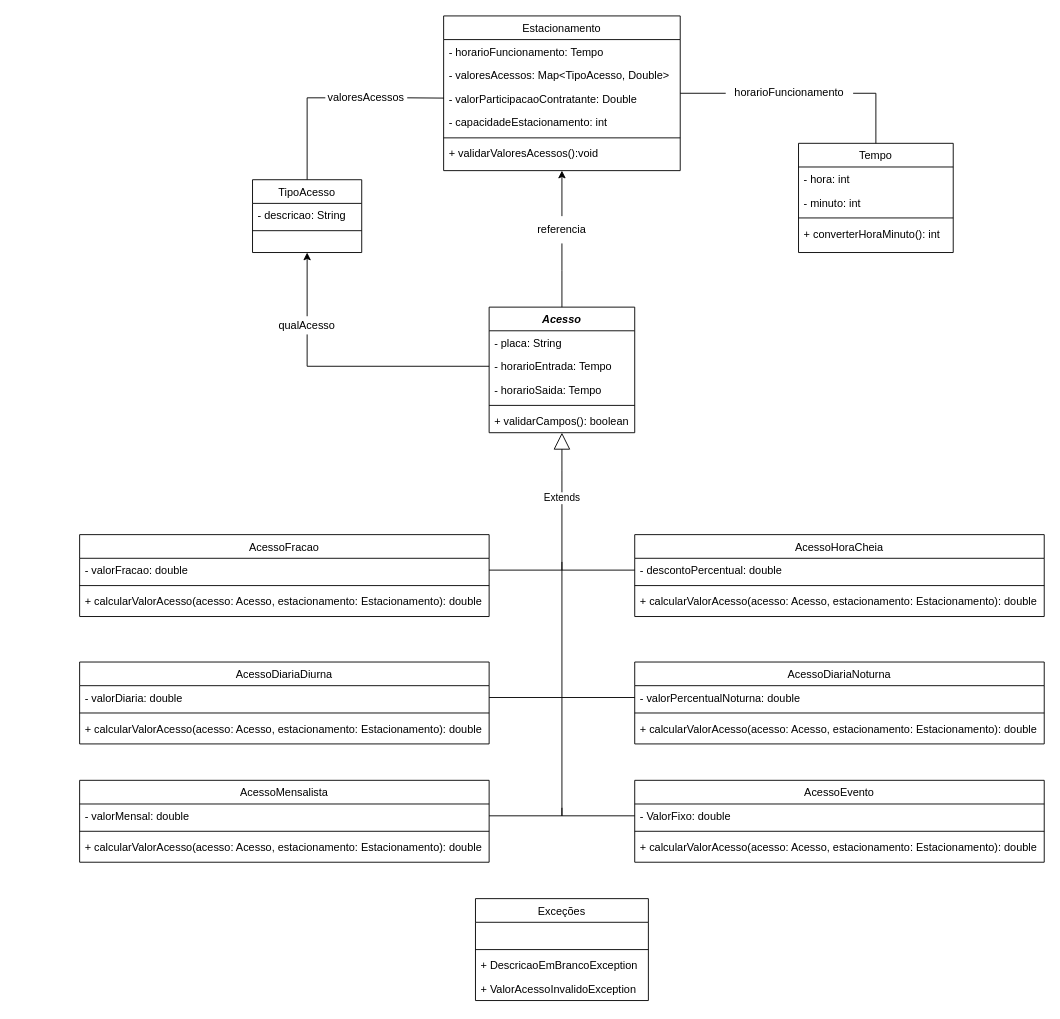
Before: diagramas/diagrama-classes.drawio in rodwendrel/orientacao-objetos, a draw.io diagram. Source tidied: cells renumbered, new cells numbered last; positions are measured from the earlier drawing's top-left corner, leaving out a move shared by most shapes. Both pictures are drawn from the tidied source at 91%, with x=0, y=0 at pixel (79, 15).
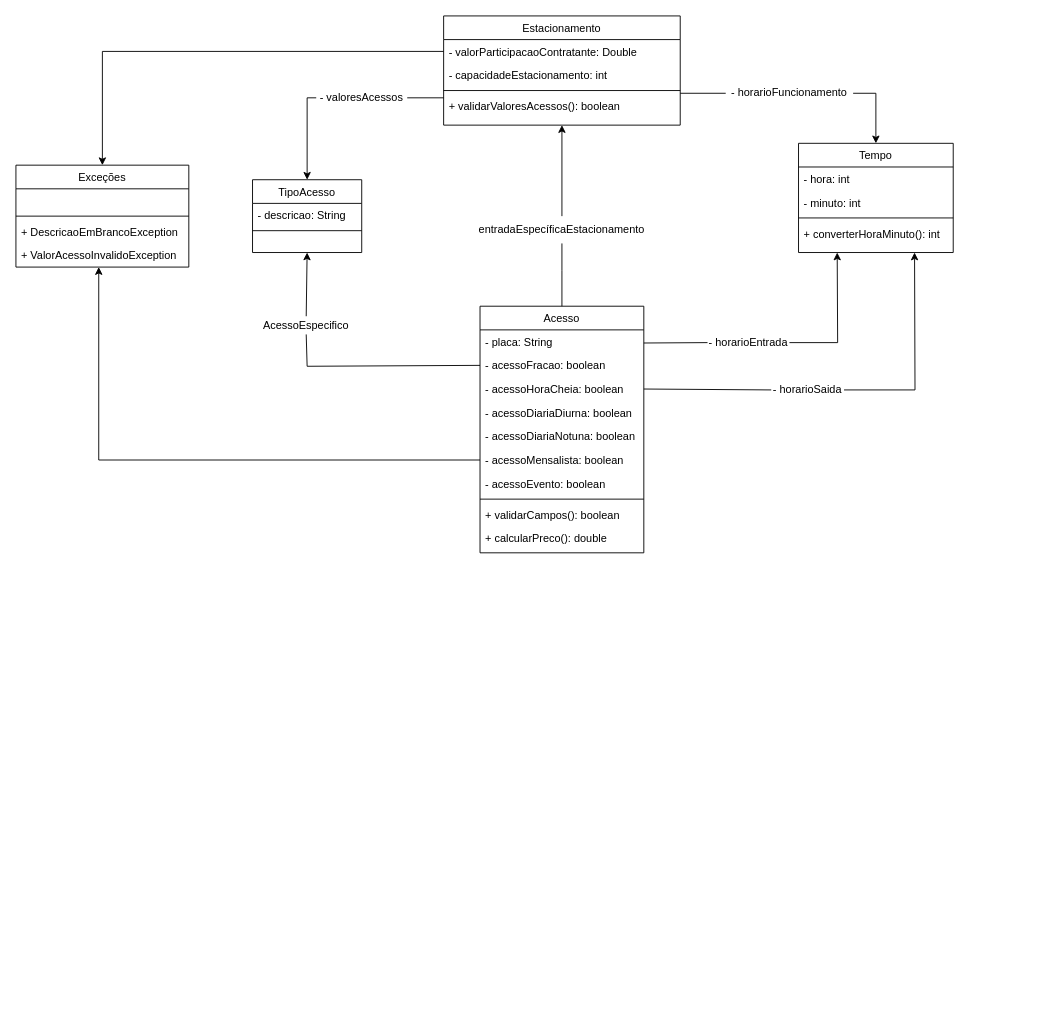
After the change.

The change refers to these unchanged cells:
```xml
<mxCell id="19" value="+ ValorAcessoInvalidoException" style="text;align=left;verticalAlign=top;spacingLeft=4;spacingRight=4;overflow=hidden;points=[[0,0.5],[1,0.5]];portConstraint=eastwest;" parent="15" vertex="1">
  <mxGeometry y="86" width="190" height="26" as="geometry" />
</mxCell>
<mxCell id="44" value="Tempo" style="swimlane;fontStyle=0;align=center;verticalAlign=top;horizontal=1;startSize=26;rounded=0;shadow=0;strokeWidth=1;" parent="1" vertex="1">
  <mxGeometry x="790" y="140" width="170" height="120" as="geometry" />
</mxCell>
<mxCell id="68" value="TipoAcesso" style="swimlane;fontStyle=0;align=center;verticalAlign=top;horizontal=1;startSize=26;rounded=0;shadow=0;strokeWidth=1;" parent="1" vertex="1">
  <mxGeometry x="190" y="180" width="120" height="80" as="geometry" />
</mxCell>
```

What changed in the source:
```diff
@@
     <mxCell id="2" value="Estacionamento" style="swimlane;fontStyle=0;align=center;verticalAlign=top;horizontal=1;startSize=26;rounded=0;shadow=0;strokeWidth=1;" parent="1" vertex="1">
-      <mxGeometry x="400" width="260" height="170" as="geometry" />
+      <mxGeometry x="400" width="260" height="120" as="geometry" />
     </mxCell>
-    <mxCell id="3" value="- horarioFuncionamento: Tempo" style="text;align=left;verticalAlign=top;spacingLeft=4;spacingRight=4;overflow=hidden;" parent="2" vertex="1">
-      <mxGeometry y="26" width="260" height="26" as="geometry" />
-    </mxCell>
-    <mxCell id="4" value="- valoresAcessos: Map&lt;TipoAcesso, Double&gt;" style="text;align=left;verticalAlign=top;spacingLeft=4;spacingRight=4;overflow=hidden;rounded=0;shadow=0;html=0;" parent="2" vertex="1">
-      <mxGeometry y="52" width="260" height="26" as="geometry" />
-    </mxCell>
     <mxCell id="5" value="- valorParticipacaoContratante: Double" style="text;align=left;verticalAlign=top;spacingLeft=4;spacingRight=4;overflow=hidden;points=[[0,0.5],[1,0.5]];portConstraint=eastwest;rounded=0;shadow=0;html=0;" parent="2" vertex="1">
-      <mxGeometry y="78" width="260" height="26" as="geometry" />
+      <mxGeometry y="26" width="260" height="26" as="geometry" />
     </mxCell>
     <mxCell id="6" value="- capacidadeEstacionamento: int" style="text;align=left;verticalAlign=top;spacingLeft=4;spacingRight=4;overflow=hidden;" parent="2" vertex="1">
-      <mxGeometry y="104" width="260" height="26" as="geometry" />
+      <mxGeometry y="52" width="260" height="26" as="geometry" />
     </mxCell>
     <mxCell id="7" style="line;html=1;strokeWidth=1;align=left;verticalAlign=middle;spacingTop=-1;spacingLeft=3;spacingRight=3;labelPosition=right;" parent="2" vertex="1">
-      <mxGeometry y="130" width="260" height="8" as="geometry" />
+      <mxGeometry y="78" width="260" height="8" as="geometry" />
     </mxCell>
-    <mxCell id="8" value="+ validarValoresAcessos():void" style="text;align=left;verticalAlign=top;spacingLeft=4;spacingRight=4;overflow=hidden;" parent="2" vertex="1">
-      <mxGeometry y="138" width="260" height="26" as="geometry" />
+    <mxCell id="8" value="+ validarValoresAcessos(): boolean" style="text;align=left;verticalAlign=top;spacingLeft=4;spacingRight=4;overflow=hidden;" parent="2" vertex="1">
+      <mxGeometry y="86" width="260" height="26" as="geometry" />
     </mxCell>
-    <mxCell id="9" value="Acesso" style="swimlane;fontStyle=3;align=center;verticalAlign=top;horizontal=1;startSize=26;rounded=0;shadow=0;strokeWidth=1;" parent="1" vertex="1">
-      <mxGeometry x="450" y="320" width="160" height="138" as="geometry" />
+    <mxCell id="9" value="Acesso" style="swimlane;fontStyle=0;align=center;verticalAlign=top;horizontal=1;startSize=26;rounded=0;shadow=0;strokeWidth=1;" parent="1" vertex="1">
+      <mxGeometry x="440" y="319" width="180" height="271" as="geometry" />
     </mxCell>
     <mxCell id="10" value="- placa: String" style="text;align=left;verticalAlign=top;spacingLeft=4;spacingRight=4;overflow=hidden;points=[[0,0.5],[1,0.5]];portConstraint=eastwest;" parent="9" vertex="1">
-      <mxGeometry y="26" width="160" height="26" as="geometry" />
+      <mxGeometry y="26" width="180" height="26" as="geometry" />
     </mxCell>
-    <mxCell id="11" value="- horarioEntrada: Tempo" style="text;align=left;verticalAlign=top;spacingLeft=4;spacingRight=4;overflow=hidden;points=[[0,0.5],[1,0.5]];portConstraint=eastwest;" parent="9" vertex="1">
-      <mxGeometry y="52" width="160" height="26" as="geometry" />
-    </mxCell>
-    <mxCell id="12" value="- horarioSaida: Tempo" style="text;align=left;verticalAlign=top;spacingLeft=4;spacingRight=4;overflow=hidden;" parent="9" vertex="1">
-      <mxGeometry y="78" width="160" height="26" as="geometry" />
-    </mxCell>
+    <mxCell id="72" value="- acessoFracao: boolean" style="text;align=left;verticalAlign=top;spacingLeft=4;spacingRight=4;overflow=hidden;" parent="9" vertex="1">
+      <mxGeometry y="52" width="180" height="26" as="geometry" />
+    </mxCell>
+    <mxCell id="73" value="- acessoHoraCheia: boolean" style="text;align=left;verticalAlign=top;spacingLeft=4;spacingRight=4;overflow=hidden;" parent="9" vertex="1">
+      <mxGeometry y="78" width="180" height="26" as="geometry" />
+    </mxCell>
+    <mxCell id="74" value="- acessoDiariaDiurna: boolean" style="text;align=left;verticalAlign=top;spacingLeft=4;spacingRight=4;overflow=hidden;" parent="9" vertex="1">
+      <mxGeometry y="104" width="180" height="26" as="geometry" />
+    </mxCell>
+    <mxCell id="75" value="- acessoDiariaNotuna: boolean" style="text;align=left;verticalAlign=top;spacingLeft=4;spacingRight=4;overflow=hidden;" parent="9" vertex="1">
+      <mxGeometry y="130" width="180" height="26" as="geometry" />
+    </mxCell>
+    <mxCell id="76" value="- acessoMensalista: boolean" style="text;align=left;verticalAlign=top;spacingLeft=4;spacingRight=4;overflow=hidden;points=[[0,0.5],[1,0.5]];portConstraint=eastwest;" parent="9" vertex="1">
+      <mxGeometry y="156" width="180" height="26" as="geometry" />
+    </mxCell>
+    <mxCell id="77" value="- acessoEvento: boolean" style="text;align=left;verticalAlign=top;spacingLeft=4;spacingRight=4;overflow=hidden;" parent="9" vertex="1">
+      <mxGeometry y="182" width="180" height="26" as="geometry" />
+    </mxCell>
     <mxCell id="13" style="line;html=1;strokeWidth=1;align=left;verticalAlign=middle;spacingTop=-1;spacingLeft=3;spacingRight=3;labelPosition=right;" parent="9" vertex="1">
-      <mxGeometry y="104" width="160" height="8" as="geometry" />
+      <mxGeometry y="208" width="180" height="8" as="geometry" />
     </mxCell>
     <mxCell id="14" value="+ validarCampos(): boolean" style="text;align=left;verticalAlign=top;spacingLeft=4;spacingRight=4;overflow=hidden;" parent="9" vertex="1">
-      <mxGeometry y="112" width="160" height="26" as="geometry" />
+      <mxGeometry y="216" width="180" height="26" as="geometry" />
     </mxCell>
+    <mxCell id="78" value="+ calcularPreco(): double" style="text;align=left;verticalAlign=top;spacingLeft=4;spacingRight=4;overflow=hidden;" parent="9" vertex="1">
+      <mxGeometry y="242" width="180" height="26" as="geometry" />
+    </mxCell>
     <mxCell id="15" value="Exceções" style="swimlane;fontStyle=0;align=center;verticalAlign=top;horizontal=1;startSize=26;rounded=0;shadow=0;strokeWidth=1;" parent="1" vertex="1">
-      <mxGeometry x="435" y="970" width="190" height="112" as="geometry" />
+      <mxGeometry x="-70" y="164" width="190" height="112" as="geometry" />
     </mxCell>
@@
-    <mxCell id="20" value="AcessoHoraCheia" style="swimlane;fontStyle=0;align=center;verticalAlign=top;horizontal=1;startSize=26;rounded=0;shadow=0;strokeWidth=1;" parent="1" vertex="1">
-      <mxGeometry x="610" y="570" width="450" height="90" as="geometry" />
-    </mxCell>
-    <mxCell id="21" value="- descontoPercentual: double" style="text;align=left;verticalAlign=top;spacingLeft=4;spacingRight=4;overflow=hidden;points=[[0,0.5],[1,0.5]];portConstraint=eastwest;" parent="20" vertex="1">
-      <mxGeometry y="26" width="450" height="26" as="geometry" />
-    </mxCell>
-    <mxCell id="22" style="line;html=1;strokeWidth=1;align=left;verticalAlign=middle;spacingTop=-1;spacingLeft=3;spacingRight=3;labelPosition=right;" parent="20" vertex="1">
-      <mxGeometry y="52" width="450" height="8" as="geometry" />
-    </mxCell>
-    <mxCell id="23" value="+ calcularValorAcesso(acesso: Acesso, estacionamento: Estacionamento): double" style="text;align=left;verticalAlign=top;spacingLeft=4;spacingRight=4;overflow=hidden;" parent="20" vertex="1">
-      <mxGeometry y="60" width="450" height="26" as="geometry" />
-    </mxCell>
-    <mxCell id="24" value="AcessoFracao" style="swimlane;fontStyle=0;align=center;verticalAlign=top;horizontal=1;startSize=26;rounded=0;shadow=0;strokeWidth=1;" parent="1" vertex="1">
-      <mxGeometry y="570" width="450" height="90" as="geometry" />
-    </mxCell>
-    <mxCell id="25" value="- valorFracao: double" style="text;align=left;verticalAlign=top;spacingLeft=4;spacingRight=4;overflow=hidden;points=[[0,0.5],[1,0.5]];portConstraint=eastwest;" parent="24" vertex="1">
-      <mxGeometry y="26" width="450" height="26" as="geometry" />
-    </mxCell>
-    <mxCell id="26" style="line;html=1;strokeWidth=1;align=left;verticalAlign=middle;spacingTop=-1;spacingLeft=3;spacingRight=3;labelPosition=right;" parent="24" vertex="1">
-      <mxGeometry y="52" width="450" height="8" as="geometry" />
-    </mxCell>
-    <mxCell id="27" value="+ calcularValorAcesso(acesso: Acesso, estacionamento: Estacionamento): double" style="text;align=left;verticalAlign=top;spacingLeft=4;spacingRight=4;overflow=hidden;" parent="24" vertex="1">
-      <mxGeometry y="60" width="450" height="26" as="geometry" />
-    </mxCell>
-    <mxCell id="28" value="AcessoDiariaDiurna" style="swimlane;fontStyle=0;align=center;verticalAlign=top;horizontal=1;startSize=26;rounded=0;shadow=0;strokeWidth=1;" parent="1" vertex="1">
-      <mxGeometry y="710" width="450" height="90" as="geometry" />
-    </mxCell>
-    <mxCell id="29" value="- valorDiaria: double" style="text;align=left;verticalAlign=top;spacingLeft=4;spacingRight=4;overflow=hidden;points=[[0,0.5],[1,0.5]];portConstraint=eastwest;" parent="28" vertex="1">
-      <mxGeometry y="26" width="450" height="26" as="geometry" />
-    </mxCell>
-    <mxCell id="30" style="line;html=1;strokeWidth=1;align=left;verticalAlign=middle;spacingTop=-1;spacingLeft=3;spacingRight=3;labelPosition=right;" parent="28" vertex="1">
-      <mxGeometry y="52" width="450" height="8" as="geometry" />
-    </mxCell>
-    <mxCell id="31" value="+ calcularValorAcesso(acesso: Acesso, estacionamento: Estacionamento): double" style="text;align=left;verticalAlign=top;spacingLeft=4;spacingRight=4;overflow=hidden;" parent="28" vertex="1">
-      <mxGeometry y="60" width="450" height="26" as="geometry" />
-    </mxCell>
-    <mxCell id="32" value="AcessoDiariaNoturna" style="swimlane;fontStyle=0;align=center;verticalAlign=top;horizontal=1;startSize=26;rounded=0;shadow=0;strokeWidth=1;" parent="1" vertex="1">
-      <mxGeometry x="610" y="710" width="450" height="90" as="geometry" />
-    </mxCell>
-    <mxCell id="33" value="- valorPercentualNoturna: double" style="text;align=left;verticalAlign=top;spacingLeft=4;spacingRight=4;overflow=hidden;points=[[0,0.5],[1,0.5]];portConstraint=eastwest;" parent="32" vertex="1">
-      <mxGeometry y="26" width="450" height="26" as="geometry" />
-    </mxCell>
-    <mxCell id="34" style="line;html=1;strokeWidth=1;align=left;verticalAlign=middle;spacingTop=-1;spacingLeft=3;spacingRight=3;labelPosition=right;" parent="32" vertex="1">
-      <mxGeometry y="52" width="450" height="8" as="geometry" />
-    </mxCell>
-    <mxCell id="35" value="+ calcularValorAcesso(acesso: Acesso, estacionamento: Estacionamento): double" style="text;align=left;verticalAlign=top;spacingLeft=4;spacingRight=4;overflow=hidden;" parent="32" vertex="1">
-      <mxGeometry y="60" width="450" height="26" as="geometry" />
-    </mxCell>
-    <mxCell id="36" value="AcessoMensalista" style="swimlane;fontStyle=0;align=center;verticalAlign=top;horizontal=1;startSize=26;rounded=0;shadow=0;strokeWidth=1;" parent="1" vertex="1">
-      <mxGeometry y="840" width="450" height="90" as="geometry" />
-    </mxCell>
-    <mxCell id="37" value="- valorMensal: double" style="text;align=left;verticalAlign=top;spacingLeft=4;spacingRight=4;overflow=hidden;points=[[0,0.5],[1,0.5]];portConstraint=eastwest;" parent="36" vertex="1">
-      <mxGeometry y="26" width="450" height="26" as="geometry" />
-    </mxCell>
-    <mxCell id="38" style="line;html=1;strokeWidth=1;align=left;verticalAlign=middle;spacingTop=-1;spacingLeft=3;spacingRight=3;labelPosition=right;" parent="36" vertex="1">
-      <mxGeometry y="52" width="450" height="8" as="geometry" />
-    </mxCell>
-    <mxCell id="39" value="+ calcularValorAcesso(acesso: Acesso, estacionamento: Estacionamento): double" style="text;align=left;verticalAlign=top;spacingLeft=4;spacingRight=4;overflow=hidden;" parent="36" vertex="1">
-      <mxGeometry y="60" width="450" height="26" as="geometry" />
-    </mxCell>
-    <mxCell id="40" value="AcessoEvento" style="swimlane;fontStyle=0;align=center;verticalAlign=top;horizontal=1;startSize=26;rounded=0;shadow=0;strokeWidth=1;" parent="1" vertex="1">
-      <mxGeometry x="610" y="840" width="450" height="90" as="geometry" />
-    </mxCell>
-    <mxCell id="41" value="- ValorFixo: double" style="text;align=left;verticalAlign=top;spacingLeft=4;spacingRight=4;overflow=hidden;points=[[0,0.5],[1,0.5]];portConstraint=eastwest;" parent="40" vertex="1">
-      <mxGeometry y="26" width="450" height="26" as="geometry" />
-    </mxCell>
-    <mxCell id="42" style="line;html=1;strokeWidth=1;align=left;verticalAlign=middle;spacingTop=-1;spacingLeft=3;spacingRight=3;labelPosition=right;" parent="40" vertex="1">
-      <mxGeometry y="52" width="450" height="8" as="geometry" />
-    </mxCell>
-    <mxCell id="43" value="+ calcularValorAcesso(acesso: Acesso, estacionamento: Estacionamento): double" style="text;align=left;verticalAlign=top;spacingLeft=4;spacingRight=4;overflow=hidden;" parent="40" vertex="1">
-      <mxGeometry y="60" width="450" height="26" as="geometry" />
-    </mxCell>
@@
-    <mxCell id="49" style="endArrow=none;html=1;rounded=0;exitX=0;exitY=0.5;exitDx=0;exitDy=0;entryX=1;entryY=0.5;entryDx=0;entryDy=0;" parent="1" edge="1" source="51" target="2">
-      <mxGeometry relative="1" as="geometry" />
+    <mxCell id="49" style="endArrow=none;html=1;rounded=0;exitX=0;exitY=0.5;exitDx=0;exitDy=0;" parent="1" edge="1" source="51">
+      <mxGeometry relative="1" as="geometry">
+        <mxPoint x="660" y="85" as="targetPoint" />
+      </mxGeometry>
     </mxCell>
-    <mxCell id="50" style="endArrow=none;html=1;rounded=0;exitX=0.5;exitY=0;exitDx=0;exitDy=0;entryX=1;entryY=0.5;entryDx=0;entryDy=0;" parent="1" edge="1" source="44" target="51">
-      <mxGeometry relative="1" as="geometry">
-        <Array as="points">
-          <mxPoint x="875" y="85" />
-        </Array>
-      </mxGeometry>
-    </mxCell>
-    <mxCell id="51" value="horarioFuncionamento" style="text;html=1;strokeColor=none;fillColor=none;align=center;verticalAlign=middle;whiteSpace=wrap;rounded=0;" parent="1" vertex="1">
+    <mxCell id="51" value="- horarioFuncionamento" style="text;html=1;strokeColor=none;fillColor=none;align=center;verticalAlign=middle;whiteSpace=wrap;rounded=0;" parent="1" vertex="1">
       <mxGeometry x="710" y="75" width="140" height="20" as="geometry" />
     </mxCell>
-    <mxCell id="52" value="valoresAcessos" style="text;html=1;strokeColor=none;fillColor=none;align=center;verticalAlign=middle;whiteSpace=wrap;rounded=0;" parent="1" vertex="1">
-      <mxGeometry x="270" y="75" width="90" height="30" as="geometry" />
+    <mxCell id="52" value="- valoresAcessos" style="text;html=1;strokeColor=none;fillColor=none;align=center;verticalAlign=middle;whiteSpace=wrap;rounded=0;" parent="1" vertex="1">
+      <mxGeometry x="260" y="75" width="100" height="30" as="geometry" />
     </mxCell>
-    <mxCell id="53" style="endArrow=none;html=1;rounded=0;entryX=0.001;entryY=0.473;entryDx=0;entryDy=0;entryPerimeter=0;exitX=1;exitY=0.5;exitDx=0;exitDy=0;" parent="1" edge="1" source="52" target="5">
-      <mxGeometry relative="1" as="geometry" />
+    <mxCell id="53" style="endArrow=none;html=1;rounded=0;exitX=1;exitY=0.5;exitDx=0;exitDy=0;" parent="1" edge="1" source="52">
+      <mxGeometry relative="1" as="geometry">
+        <mxPoint x="400" y="90" as="targetPoint" />
+      </mxGeometry>
     </mxCell>
-    <mxCell id="54" value="referencia" style="text;html=1;strokeColor=none;fillColor=none;align=center;verticalAlign=middle;whiteSpace=wrap;rounded=0;" parent="1" vertex="1">
+    <mxCell id="54" value="entradaEspecíficaEstacionamento" style="text;html=1;strokeColor=none;fillColor=none;align=center;verticalAlign=middle;whiteSpace=wrap;rounded=0;" parent="1" vertex="1">
       <mxGeometry x="500" y="220" width="60" height="30" as="geometry" />
     </mxCell>
-    <mxCell id="55" value="qualAcesso" style="text;html=1;strokeColor=none;fillColor=none;align=center;verticalAlign=middle;whiteSpace=wrap;rounded=0;" parent="1" vertex="1">
-      <mxGeometry x="220" y="330" width="60" height="20" as="geometry" />
+    <mxCell id="55" value="AcessoEspecifico" style="text;html=1;strokeColor=none;fillColor=none;align=center;verticalAlign=middle;whiteSpace=wrap;rounded=0;" parent="1" vertex="1">
+      <mxGeometry x="219" y="330" width="60" height="20" as="geometry" />
     </mxCell>
@@
-    <mxCell id="58" value="Extends" style="endArrow=block;endSize=16;endFill=0;html=1;rounded=0;exitX=1;exitY=0.5;exitDx=0;exitDy=0;entryX=0.5;entryY=1;entryDx=0;entryDy=0;" parent="1" edge="1" source="25" target="9">
-      <mxGeometry x="0.38" relative="1" as="geometry">
-        <Array as="points">
-          <mxPoint x="530" y="609" />
-          <mxPoint x="530" y="500" />
-        </Array>
-      </mxGeometry>
-    </mxCell>
-    <mxCell id="59" style="endArrow=none;html=1;rounded=0;" parent="1" edge="1">
-      <mxGeometry relative="1" as="geometry">
-        <mxPoint x="530" y="870" as="sourcePoint" />
-        <mxPoint x="530" y="600" as="targetPoint" />
-      </mxGeometry>
-    </mxCell>
-    <mxCell id="60" style="endArrow=none;html=1;rounded=0;entryX=0;entryY=0.5;entryDx=0;entryDy=0;" parent="1" edge="1" target="33">
-      <mxGeometry relative="1" as="geometry">
-        <mxPoint x="530" y="749" as="sourcePoint" />
-      </mxGeometry>
-    </mxCell>
-    <mxCell id="61" style="endArrow=none;html=1;rounded=0;entryX=0;entryY=0.5;entryDx=0;entryDy=0;" parent="1" edge="1" target="21">
-      <mxGeometry relative="1" as="geometry">
-        <mxPoint x="530" y="609" as="sourcePoint" />
-      </mxGeometry>
-    </mxCell>
-    <mxCell id="62" style="endArrow=none;html=1;rounded=0;exitX=1;exitY=0.5;exitDx=0;exitDy=0;" parent="1" edge="1" source="29">
-      <mxGeometry relative="1" as="geometry">
-        <mxPoint x="530" y="749" as="targetPoint" />
-      </mxGeometry>
-    </mxCell>
-    <mxCell id="63" style="endArrow=none;html=1;rounded=0;exitX=1;exitY=0.5;exitDx=0;exitDy=0;" parent="1" edge="1" source="37">
-      <mxGeometry relative="1" as="geometry">
-        <mxPoint x="530" y="870" as="targetPoint" />
-        <Array as="points">
-          <mxPoint x="530" y="879" />
-        </Array>
-      </mxGeometry>
-    </mxCell>
-    <mxCell id="64" style="endArrow=none;html=1;rounded=0;entryX=0;entryY=0.5;entryDx=0;entryDy=0;" parent="1" edge="1" target="41">
-      <mxGeometry relative="1" as="geometry">
-        <mxPoint x="530" y="870" as="sourcePoint" />
-        <Array as="points">
-          <mxPoint x="530" y="879" />
-        </Array>
-      </mxGeometry>
-    </mxCell>
-    <mxCell id="65" style="endArrow=none;html=1;rounded=0;exitX=0.5;exitY=0;exitDx=0;exitDy=0;entryX=0;entryY=0.5;entryDx=0;entryDy=0;" parent="1" edge="1" source="68" target="52">
-      <mxGeometry relative="1" as="geometry">
-        <Array as="points">
-          <mxPoint x="250" y="90" />
-        </Array>
-      </mxGeometry>
-    </mxCell>
-    <mxCell id="66" style="endArrow=none;html=1;rounded=0;entryX=0.5;entryY=1;entryDx=0;entryDy=0;exitX=0;exitY=0.5;exitDx=0;exitDy=0;" parent="1" edge="1" source="11" target="55">
+    <mxCell id="66" style="endArrow=none;html=1;rounded=0;entryX=0.5;entryY=1;entryDx=0;entryDy=0;exitX=0;exitY=0.5;exitDx=0;exitDy=0;" parent="1" edge="1" target="55">
       <mxGeometry relative="1" as="geometry">
+        <mxPoint x="440" y="384" as="sourcePoint" />
         <Array as="points">
           <mxPoint x="250" y="385" />
         </Array>
       </mxGeometry>
     </mxCell>
@@
+    <mxCell id="79" style="endArrow=classic;html=1;rounded=0;exitX=1;exitY=0.5;exitDx=0;exitDy=0;entryX=0.25;entryY=1;entryDx=0;entryDy=0;" parent="1" edge="1" source="81" target="44">
+      <mxGeometry relative="1" as="geometry">
+        <Array as="points">
+          <mxPoint x="833" y="359" />
+        </Array>
+      </mxGeometry>
+    </mxCell>
+    <mxCell id="80" style="endArrow=classic;html=1;rounded=0;exitX=1;exitY=0.5;exitDx=0;exitDy=0;entryX=0.75;entryY=1;entryDx=0;entryDy=0;" parent="1" edge="1" source="83" target="44">
+      <mxGeometry relative="1" as="geometry">
+        <Array as="points">
+          <mxPoint x="918" y="411" />
+        </Array>
+      </mxGeometry>
+    </mxCell>
+    <mxCell id="81" value="&lt;div&gt;- horarioEntrada&lt;/div&gt;" style="text;html=1;strokeColor=none;fillColor=none;align=center;verticalAlign=middle;whiteSpace=wrap;rounded=0;" parent="1" vertex="1">
+      <mxGeometry x="690" y="344" width="90" height="30" as="geometry" />
+    </mxCell>
+    <mxCell id="82" style="endArrow=none;html=1;rounded=0;exitX=1;exitY=0.555;exitDx=0;exitDy=0;entryX=0;entryY=0.5;entryDx=0;entryDy=0;exitPerimeter=0;" parent="1" edge="1" source="10" target="81">
+      <mxGeometry relative="1" as="geometry" />
+    </mxCell>
+    <mxCell id="83" value="- horarioSaida" style="text;html=1;strokeColor=none;fillColor=none;align=center;verticalAlign=middle;whiteSpace=wrap;rounded=0;" parent="1" vertex="1">
+      <mxGeometry x="760" y="396" width="80" height="30" as="geometry" />
+    </mxCell>
+    <mxCell id="84" style="endArrow=none;html=1;rounded=0;exitX=1;exitY=0.5;exitDx=0;exitDy=0;entryX=0;entryY=0.5;entryDx=0;entryDy=0;" parent="1" edge="1" target="83">
+      <mxGeometry relative="1" as="geometry">
+        <mxPoint x="620" y="410" as="sourcePoint" />
+      </mxGeometry>
+    </mxCell>
+    <mxCell id="85" style="endArrow=classic;html=1;rounded=0;entryX=0.5;entryY=0;entryDx=0;entryDy=0;exitX=1;exitY=0.5;exitDx=0;exitDy=0;" parent="1" edge="1" source="51" target="44">
+      <mxGeometry relative="1" as="geometry">
+        <Array as="points">
+          <mxPoint x="875" y="85" />
+        </Array>
+      </mxGeometry>
+    </mxCell>
+    <mxCell id="86" style="endArrow=classic;html=1;rounded=0;entryX=0.5;entryY=0;entryDx=0;entryDy=0;exitX=0;exitY=0.5;exitDx=0;exitDy=0;" parent="1" edge="1" source="52" target="68">
+      <mxGeometry relative="1" as="geometry">
+        <Array as="points">
+          <mxPoint x="250" y="90" />
+        </Array>
+      </mxGeometry>
+    </mxCell>
+    <mxCell id="87" style="edgeStyle=orthogonalEdgeStyle;rounded=0;jettySize=auto;html=1;entryX=0.479;entryY=1;entryDx=0;entryDy=0;entryPerimeter=0;" parent="1" edge="1" source="76" target="19">
+      <mxGeometry relative="1" as="geometry" />
+    </mxCell>
+    <mxCell id="88" style="edgeStyle=orthogonalEdgeStyle;rounded=0;jettySize=auto;html=1;entryX=0.5;entryY=0;entryDx=0;entryDy=0;" parent="1" edge="1" source="5" target="15">
+      <mxGeometry relative="1" as="geometry" />
+    </mxCell>
```
